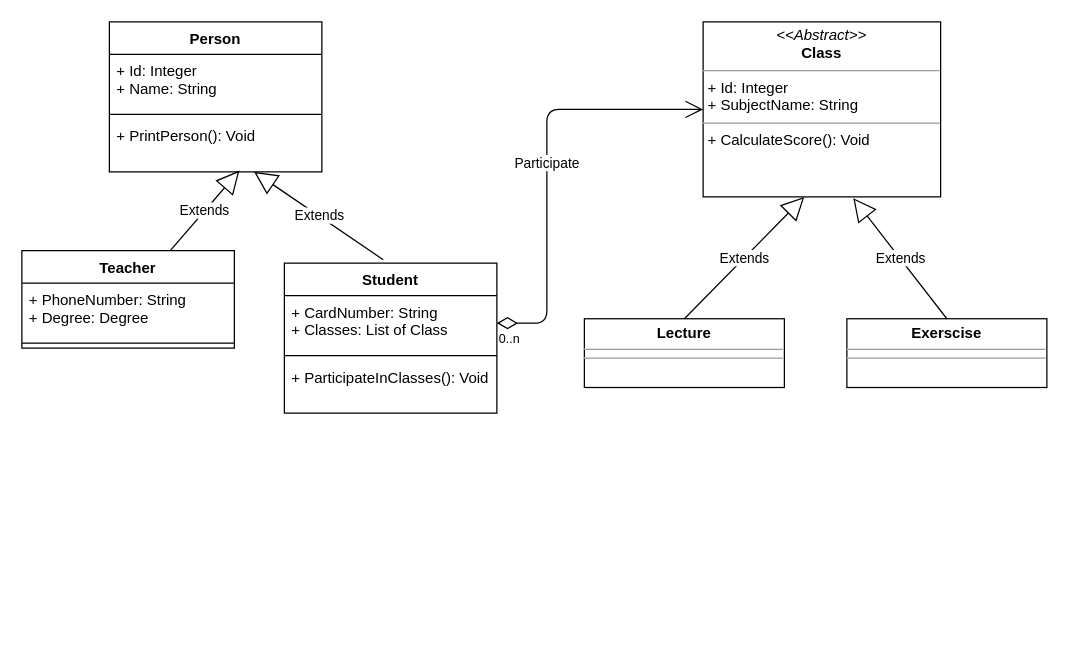
The draw.io diagram school_model.drawio in divident/school-object-db, before the edit. Source tidied: cells renumbered, new cells numbered last; positions are measured from the earlier drawing's top-left corner, leaving out a move shared by most shapes. Both pictures are drawn from the tidied source at 125%, with x=0, y=0 at pixel (21, 21).
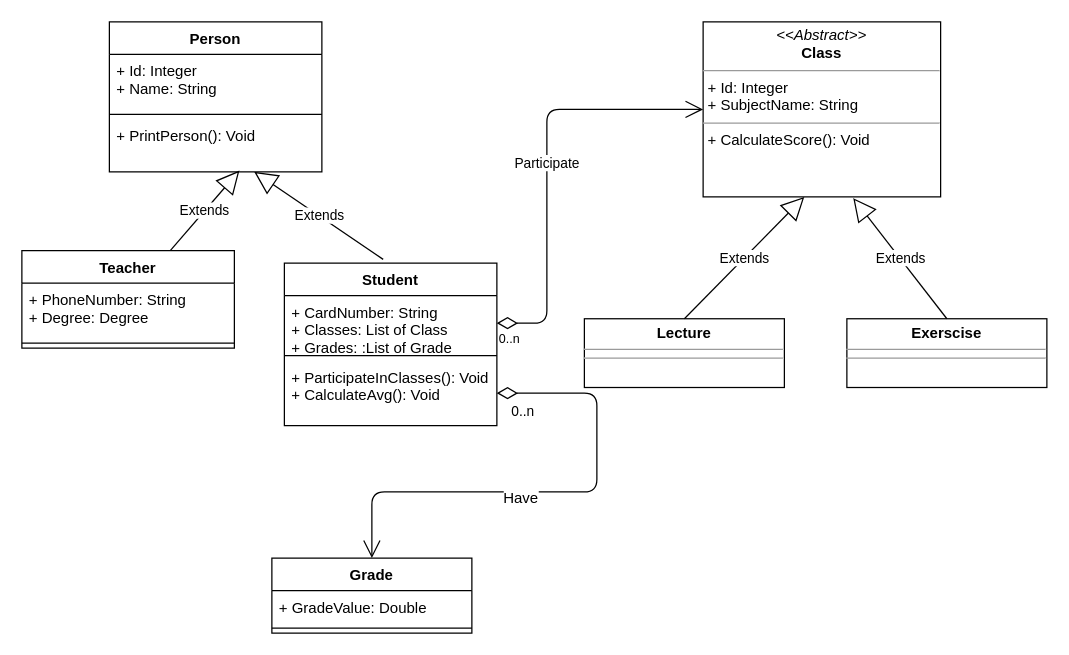
The same diagram, later.

Commit message (it also covers changes not shown here):
Add Grade class Add calculateAvg method in Student

The edit, as a diff of the source:
```diff
@@
     <mxCell id="6" value="Student" style="swimlane;fontStyle=1;align=center;verticalAlign=top;horizontal=1;startSize=26;" parent="1" vertex="1">
-      <mxGeometry x="210" y="193" width="170" height="120" as="geometry" />
+      <mxGeometry x="210" y="193" width="170" height="130" as="geometry" />
     </mxCell>
-    <mxCell id="7" value="+ CardNumber: String&#10;+ Classes: List of Class&#10;" style="text;strokeColor=none;fillColor=none;align=left;verticalAlign=top;spacingLeft=4;spacingRight=4;overflow=hidden;points=[[0,0.5],[1,0.5]];portConstraint=eastwest;" parent="6" vertex="1">
+    <mxCell id="7" value="+ CardNumber: String&#10;+ Classes: List of Class&#10;+ Grades: :List of Grade&#10;" style="text;strokeColor=none;fillColor=none;align=left;verticalAlign=top;spacingLeft=4;spacingRight=4;overflow=hidden;points=[[0,0.5],[1,0.5]];portConstraint=eastwest;" parent="6" vertex="1">
       <mxGeometry y="26" width="170" height="44" as="geometry" />
     </mxCell>
@@
-    <mxCell id="9" value="+ ParticipateInClasses(): Void" style="text;strokeColor=none;fillColor=none;align=left;verticalAlign=top;spacingLeft=4;spacingRight=4;overflow=hidden;points=[[0,0.5],[1,0.5]];portConstraint=eastwest;" parent="6" vertex="1">
-      <mxGeometry y="78" width="170" height="42" as="geometry" />
+    <mxCell id="9" value="+ ParticipateInClasses(): Void&#10;+ CalculateAvg(): Void&#10;" style="text;strokeColor=none;fillColor=none;align=left;verticalAlign=top;spacingLeft=4;spacingRight=4;overflow=hidden;points=[[0,0.5],[1,0.5]];portConstraint=eastwest;" parent="6" vertex="1">
+      <mxGeometry y="78" width="170" height="52" as="geometry" />
     </mxCell>
@@
+    <mxCell id="23" value="Grade" style="swimlane;fontStyle=1;align=center;verticalAlign=top;horizontal=1;startSize=26;" parent="1" vertex="1">
+      <mxGeometry x="200" y="429" width="160" height="60" as="geometry" />
+    </mxCell>
+    <mxCell id="24" value="+ GradeValue: Double" style="text;strokeColor=none;fillColor=none;align=left;verticalAlign=top;spacingLeft=4;spacingRight=4;overflow=hidden;" parent="23" vertex="1">
+      <mxGeometry y="26" width="160" height="26" as="geometry" />
+    </mxCell>
+    <mxCell id="25" style="line;strokeWidth=1;fillColor=none;align=left;verticalAlign=middle;spacingTop=-1;spacingLeft=3;spacingRight=3;labelPosition=right;" parent="23" vertex="1">
+      <mxGeometry y="52" width="160" height="8" as="geometry" />
+    </mxCell>
+    <mxCell id="26" value="0..n" style="endArrow=open;html=1;endSize=12;startArrow=diamondThin;startSize=14;startFill=0;edgeStyle=orthogonalEdgeStyle;align=left;verticalAlign=bottom;entryX=0.5;entryY=0;entryDx=0;entryDy=0;exitX=1;exitY=0.5;exitDx=0;exitDy=0;" parent="1" edge="1" source="9" target="23">
+      <mxGeometry x="-0.47" y="-70" relative="1" as="geometry">
+        <Array as="points">
+          <mxPoint x="460" y="297" />
+          <mxPoint x="460" y="376" />
+          <mxPoint x="280" y="376" />
+        </Array>
+      </mxGeometry>
+    </mxCell>
+    <mxCell id="27" value="Have&lt;br&gt;" style="text;html=1;align=center;verticalAlign=middle;labelBackgroundColor=#ffffff;" parent="26" vertex="1">
+      <mxGeometry x="0.13" y="4" relative="1" as="geometry" />
+    </mxCell>
```
